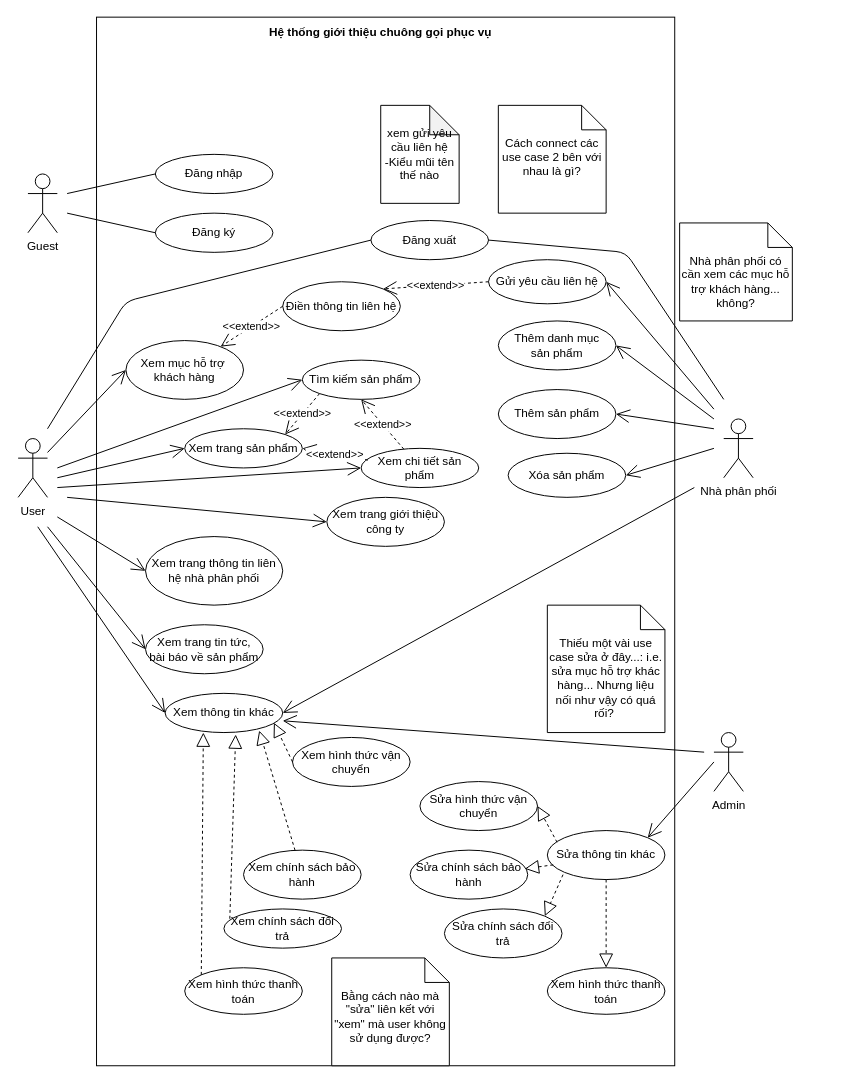
Earlier version of the draw.io diagram userDiagram.drawio (hoangminh15/PTTKHT). Source tidied: cells renumbered, new cells numbered last; positions are measured from the earlier drawing's top-left corner, leaving out a move shared by most shapes. Both pictures are drawn from the tidied source at 98%, with x=0, y=0 at pixel (18, 17).
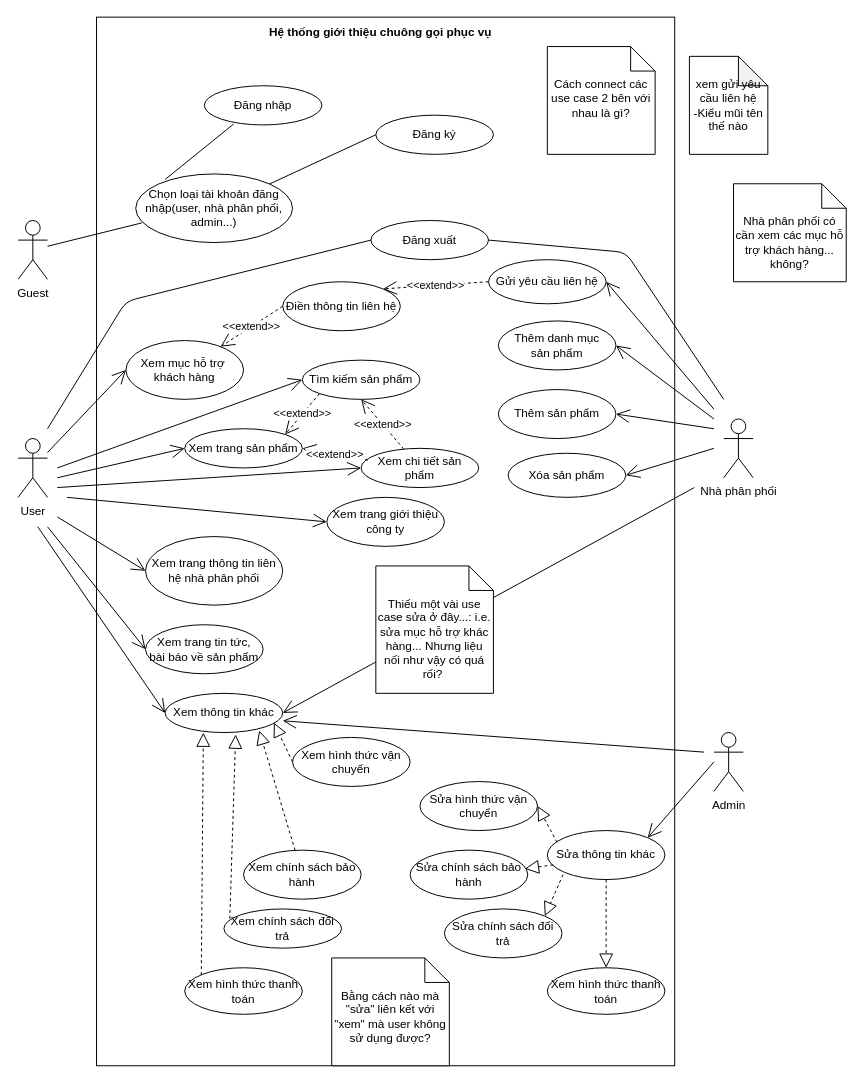
After the change.

Diff of the diagram source:
```diff
@@
     <mxCell id="32" value="Đăng nhập" style="ellipse;whiteSpace=wrap;html=1;" parent="1" vertex="1">
-      <mxGeometry x="140" y="140" width="120" height="40" as="geometry" />
+      <mxGeometry x="190" y="70" width="120" height="40" as="geometry" />
     </mxCell>
     <mxCell id="33" value="Đăng ký" style="ellipse;whiteSpace=wrap;html=1;" parent="1" vertex="1">
-      <mxGeometry x="140" y="200" width="120" height="40" as="geometry" />
+      <mxGeometry x="365" y="100" width="120" height="40" as="geometry" />
     </mxCell>
     <mxCell id="34" value="Guest" style="shape=umlActor;verticalLabelPosition=bottom;verticalAlign=top;html=1;outlineConnect=0;" parent="1" vertex="1">
-      <mxGeometry x="10" y="160" width="30" height="60" as="geometry" />
+      <mxGeometry y="207.5" width="30" height="60" as="geometry" />
     </mxCell>
-    <mxCell id="35" style="endArrow=none;html=1;entryX=0;entryY=0.5;entryDx=0;entryDy=0;" parent="1" edge="1" target="32">
-      <mxGeometry relative="1" as="geometry">
-        <mxPoint x="50" y="180" as="sourcePoint" />
-      </mxGeometry>
+    <mxCell id="35" style="endArrow=none;html=1;entryX=0.25;entryY=0.975;entryDx=0;entryDy=0;exitX=0.188;exitY=0.079;exitDx=0;exitDy=0;exitPerimeter=0;entryPerimeter=0;" parent="1" edge="1" source="73" target="32">
+      <mxGeometry relative="1" as="geometry" />
     </mxCell>
-    <mxCell id="36" style="endArrow=none;html=1;entryX=0;entryY=0.5;entryDx=0;entryDy=0;" parent="1" edge="1" target="33">
-      <mxGeometry relative="1" as="geometry">
-        <mxPoint x="50" y="200" as="sourcePoint" />
-      </mxGeometry>
+    <mxCell id="36" style="endArrow=none;html=1;entryX=0;entryY=0.5;entryDx=0;entryDy=0;exitX=1;exitY=0;exitDx=0;exitDy=0;" parent="1" edge="1" source="73" target="33">
+      <mxGeometry relative="1" as="geometry" />
     </mxCell>
@@
     <mxCell id="41" value="xem gửi yêu cầu liên hệ&lt;br&gt;-Kiểu mũi tên thế nào" style="shape=note;whiteSpace=wrap;html=1;backgroundOutline=1;darkOpacity=0.05;" parent="1" vertex="1">
-      <mxGeometry x="370" y="90" width="80" height="100" as="geometry" />
+      <mxGeometry x="685" y="40" width="80" height="100" as="geometry" />
     </mxCell>
@@
     <mxCell id="47" value="Cách connect các use case 2 bên với nhau là gì?" style="shape=note2;boundedLbl=1;whiteSpace=wrap;html=1;size=25;verticalAlign=top;align=center;" parent="1" vertex="1">
-      <mxGeometry x="490" y="90" width="110" height="110" as="geometry" />
+      <mxGeometry x="540" y="30" width="110" height="110" as="geometry" />
     </mxCell>
@@
     <mxCell id="70" value="Nhà phân phối có cần xem các mục hỗ trợ khách hàng... không?" style="shape=note2;boundedLbl=1;whiteSpace=wrap;html=1;size=25;verticalAlign=top;align=center;" parent="1" vertex="1">
-      <mxGeometry x="675" y="210" width="115" height="100" as="geometry" />
+      <mxGeometry x="730" y="170" width="115" height="100" as="geometry" />
     </mxCell>
@@
     <mxCell id="72" value="Thiếu một vài use case sửa ở đây...: i.e. sửa mục hỗ trợ khác hàng... Nhưng liệu nối như vậy có quá rối?&amp;nbsp;" style="shape=note2;boundedLbl=1;whiteSpace=wrap;html=1;size=25;verticalAlign=top;align=center;" parent="1" vertex="1">
-      <mxGeometry x="540" y="600" width="120" height="130" as="geometry" />
+      <mxGeometry x="365" y="560" width="120" height="130" as="geometry" />
     </mxCell>
+    <mxCell id="73" value="Chọn loại tài khoản đăng nhập(user, nhà phân phối, admin...)" style="ellipse;whiteSpace=wrap;html=1;" parent="1" vertex="1">
+      <mxGeometry x="120" y="160" width="160" height="70" as="geometry" />
+    </mxCell>
+    <mxCell id="74" style="endArrow=none;html=1;entryX=0.038;entryY=0.714;entryDx=0;entryDy=0;entryPerimeter=0;" parent="1" edge="1" source="34" target="73">
+      <mxGeometry relative="1" as="geometry" />
+    </mxCell>
```
